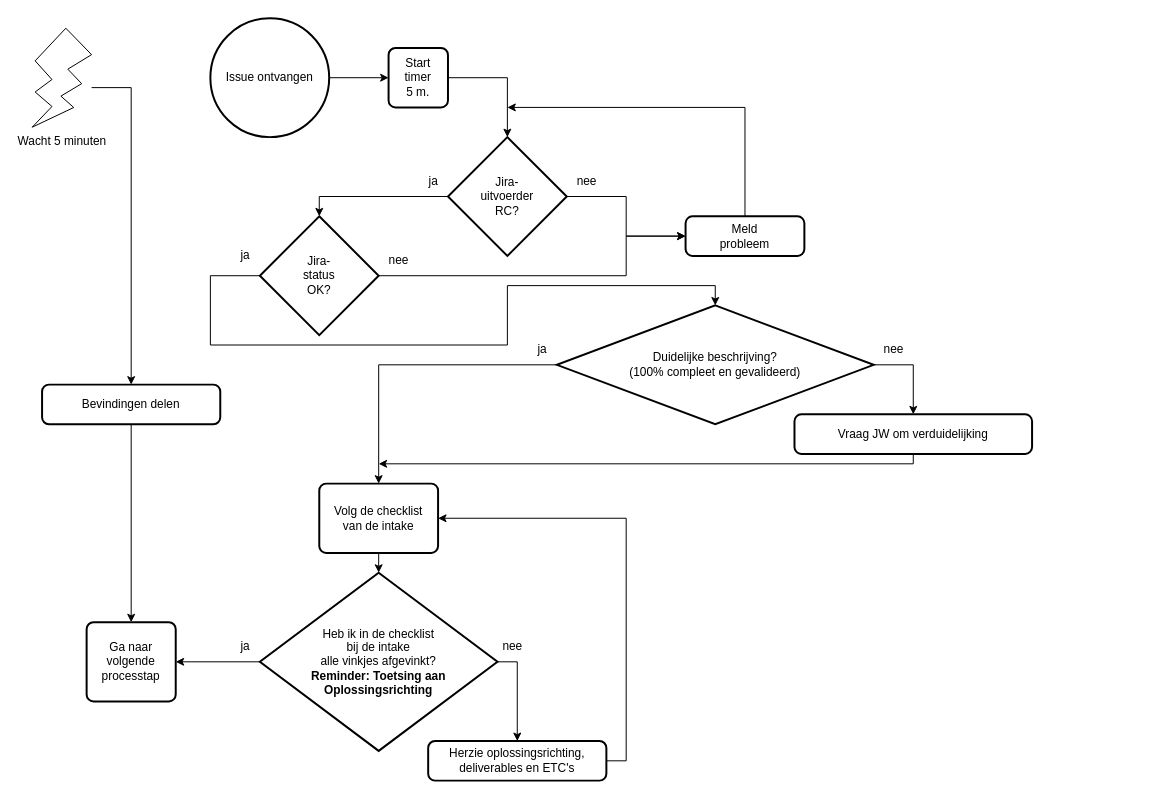
Zaibatsu89/IssueTracker keeps this draw.io diagram as 1 Issue Tracker intake.drawio. Above is the earlier version. Source tidied: cells renumbered, new cells numbered last; positions are measured from the earlier drawing's top-left corner, leaving out a move shared by most shapes. Both pictures are drawn from the tidied source at 99%, with x=0, y=0 at pixel (32, 18).
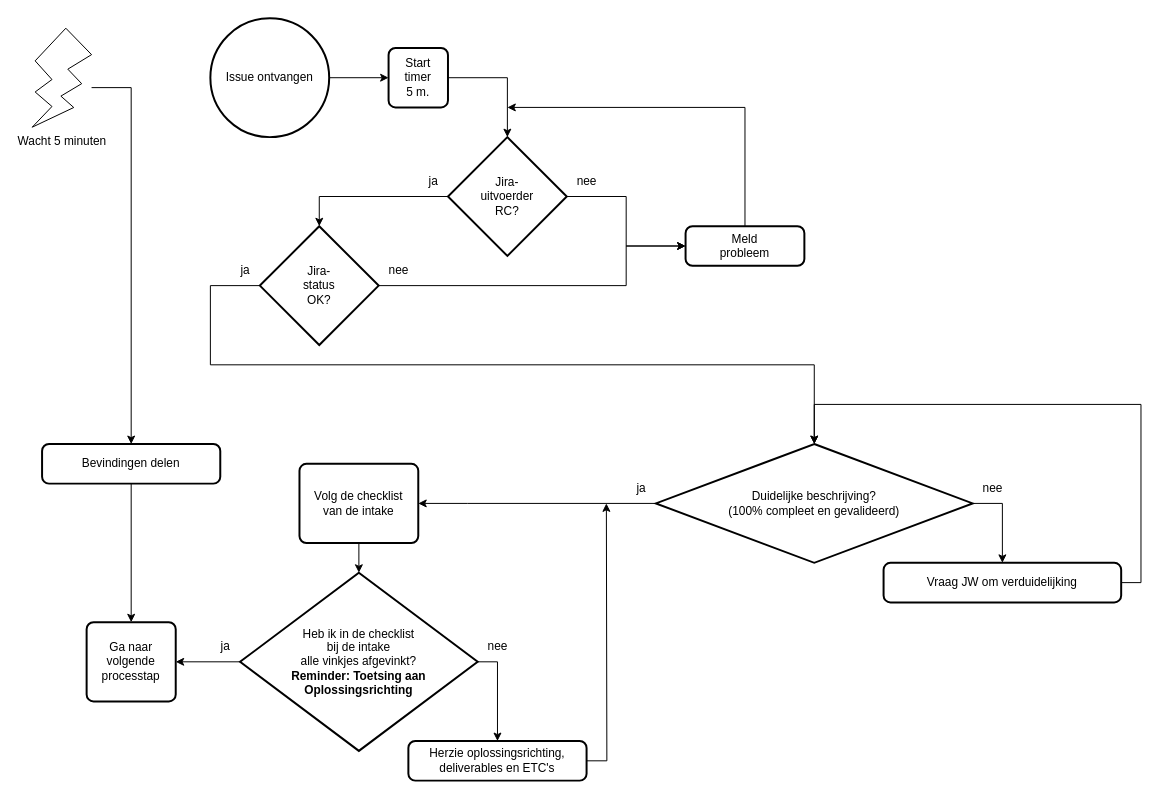
The same page after the edit.

Commit message:
Vervang "Volg de checklist van de intake" na "Vraag JW om verduidelijking" door "Duidelijke beschrijving?" in intake flowchart

Unchanged cells that the change refers to:
```xml
<mxCell id="35" value="Jira-&lt;br&gt;uitvoerder&lt;br&gt;RC?" style="strokeWidth=2;html=1;shape=mxgraph.flowchart.decision;whiteSpace=wrap;" parent="1" vertex="1">
  <mxGeometry x="420" y="120" width="120" height="120" as="geometry" />
</mxCell>
```

Change to the diagram source:
```diff
@@
-    <mxCell id="5" style="edgeStyle=orthogonalEdgeStyle;rounded=0;jettySize=auto;html=1;exitX=0;exitY=0.5;exitDx=0;exitDy=0;exitPerimeter=0;entryX=0.5;entryY=0;entryDx=0;entryDy=0;" parent="1" edge="1" source="6" target="13">
-      <mxGeometry relative="1" as="geometry" />
+    <mxCell id="5" style="edgeStyle=orthogonalEdgeStyle;rounded=0;jettySize=auto;html=1;exitX=0;exitY=0.5;exitDx=0;exitDy=0;exitPerimeter=0;entryX=1;entryY=0.5;entryDx=0;entryDy=0;" parent="1" edge="1" source="6" target="13">
+      <mxGeometry relative="1" as="geometry">
+        <Array as="points">
+          <mxPoint x="440" y="490" />
+          <mxPoint x="440" y="490" />
+        </Array>
+      </mxGeometry>
     </mxCell>
     <mxCell id="6" value="Duidelijke beschrijving?&lt;br&gt;(100% compleet en gevalideerd)" style="strokeWidth=2;html=1;shape=mxgraph.flowchart.decision;whiteSpace=wrap;" parent="1" vertex="1">
-      <mxGeometry x="530" y="290" width="320" height="120" as="geometry" />
+      <mxGeometry x="630" y="430" width="320" height="120" as="geometry" />
     </mxCell>
-    <mxCell id="7" style="edgeStyle=orthogonalEdgeStyle;rounded=0;jettySize=auto;html=1;exitX=0.5;exitY=1;exitDx=0;exitDy=0;" parent="1" edge="1" source="8">
-      <mxGeometry relative="1" as="geometry">
-        <mxPoint x="350" y="450" as="targetPoint" />
-        <Array as="points">
-          <mxPoint x="890" y="450" />
-        </Array>
-      </mxGeometry>
-    </mxCell>
     <mxCell id="8" value="Vraag JW om verduidelijking" style="rounded=1;whiteSpace=wrap;html=1;absoluteArcSize=1;arcSize=14;strokeWidth=2;" parent="1" vertex="1">
-      <mxGeometry x="770" y="400" width="240" height="40" as="geometry" />
+      <mxGeometry x="860" y="550" width="240" height="40" as="geometry" />
     </mxCell>
     <mxCell id="9" value="nee" style="text;html=1;align=center;verticalAlign=middle;strokeColor=none;fillColor=none;" parent="1" vertex="1">
-      <mxGeometry x="850" y="320" width="40" height="30" as="geometry" />
+      <mxGeometry x="950" y="460" width="40" height="30" as="geometry" />
     </mxCell>
     <mxCell id="10" value="ja" style="text;html=1;align=center;verticalAlign=middle;strokeColor=none;fillColor=none;" parent="1" vertex="1">
-      <mxGeometry x="500" y="320" width="30" height="30" as="geometry" />
+      <mxGeometry x="600" y="460" width="30" height="30" as="geometry" />
     </mxCell>
     <mxCell id="11" value="Bevindingen delen" style="rounded=1;whiteSpace=wrap;html=1;absoluteArcSize=1;arcSize=14;strokeWidth=2;" parent="1" vertex="1">
-      <mxGeometry x="10" y="370" width="180" height="40" as="geometry" />
+      <mxGeometry x="10" y="430" width="180" height="40" as="geometry" />
     </mxCell>
@@
     <mxCell id="13" value="Volg de checklist&lt;br&gt;van de intake" style="rounded=1;whiteSpace=wrap;html=1;absoluteArcSize=1;arcSize=14;strokeWidth=2;" parent="1" vertex="1">
-      <mxGeometry x="290" y="470" width="120" height="70" as="geometry" />
+      <mxGeometry x="270" y="450" width="120" height="80" as="geometry" />
     </mxCell>
@@
     <mxCell id="19" value="Heb ik in de checklist&lt;br&gt;bij de intake&lt;br&gt;alle vinkjes afgevinkt?&lt;br&gt;&lt;b&gt;Reminder: Toetsing aan Oplossingsrichting&lt;/b&gt;" style="strokeWidth=2;html=1;shape=mxgraph.flowchart.decision;whiteSpace=wrap;" parent="1" vertex="1">
-      <mxGeometry x="230" y="560" width="240" height="180" as="geometry" />
+      <mxGeometry x="210" y="560" width="240" height="180" as="geometry" />
     </mxCell>
@@
     <mxCell id="21" value="ja" style="text;html=1;align=center;verticalAlign=middle;strokeColor=none;fillColor=none;" parent="1" vertex="1">
-      <mxGeometry x="200" y="620" width="30" height="30" as="geometry" />
+      <mxGeometry x="180" y="620" width="30" height="30" as="geometry" />
     </mxCell>
-    <mxCell id="22" style="edgeStyle=orthogonalEdgeStyle;rounded=0;jettySize=auto;html=1;exitX=1;exitY=0.5;exitDx=0;exitDy=0;entryX=1;entryY=0.5;entryDx=0;entryDy=0;" parent="1" edge="1" source="23" target="13">
-      <mxGeometry relative="1" as="geometry" />
+    <mxCell id="22" style="edgeStyle=orthogonalEdgeStyle;rounded=0;jettySize=auto;html=1;exitX=1;exitY=0.5;exitDx=0;exitDy=0;" parent="1" edge="1" source="23">
+      <mxGeometry relative="1" as="geometry">
+        <mxPoint x="580" y="490" as="targetPoint" />
+      </mxGeometry>
     </mxCell>
     <mxCell id="23" value="Herzie oplossingsrichting,&lt;br&gt;deliverables en ETC's" style="rounded=1;whiteSpace=wrap;html=1;absoluteArcSize=1;arcSize=14;strokeWidth=2;" parent="1" vertex="1">
-      <mxGeometry x="400" y="730" width="180" height="40" as="geometry" />
+      <mxGeometry x="380" y="730" width="180" height="40" as="geometry" />
     </mxCell>
     <mxCell id="24" value="nee" style="text;html=1;align=center;verticalAlign=middle;strokeColor=none;fillColor=none;" parent="1" vertex="1">
-      <mxGeometry x="465" y="620" width="40" height="30" as="geometry" />
+      <mxGeometry x="450" y="620" width="40" height="30" as="geometry" />
     </mxCell>
     <mxCell id="25" style="edgeStyle=orthogonalEdgeStyle;rounded=0;jettySize=auto;html=1;exitX=1;exitY=0.5;exitDx=0;exitDy=0;exitPerimeter=0;entryX=0;entryY=0.5;entryDx=0;entryDy=0;" parent="1" edge="1" source="26" target="28">
       <mxGeometry relative="1" as="geometry">
         <Array as="points">
-          <mxPoint x="600" y="260" />
-          <mxPoint x="600" y="220" />
+          <mxPoint x="600" y="270" />
+          <mxPoint x="600" y="230" />
         </Array>
       </mxGeometry>
     </mxCell>
     <mxCell id="26" value="Jira-&lt;br&gt;status&lt;br&gt;OK?" style="strokeWidth=2;html=1;shape=mxgraph.flowchart.decision;whiteSpace=wrap;" parent="1" vertex="1">
-      <mxGeometry x="230" y="200" width="120" height="120" as="geometry" />
+      <mxGeometry x="230" y="210" width="120" height="120" as="geometry" />
     </mxCell>
@@
     <mxCell id="28" value="Meld&lt;br&gt;probleem" style="rounded=1;whiteSpace=wrap;html=1;absoluteArcSize=1;arcSize=14;strokeWidth=2;" parent="1" vertex="1">
-      <mxGeometry x="660" y="200" width="120" height="40" as="geometry" />
+      <mxGeometry x="660" y="210" width="120" height="40" as="geometry" />
     </mxCell>
     <mxCell id="29" value="nee" style="text;html=1;align=center;verticalAlign=middle;strokeColor=none;fillColor=none;" parent="1" vertex="1">
-      <mxGeometry x="350" y="230" width="40" height="30" as="geometry" />
+      <mxGeometry x="350" y="240" width="40" height="30" as="geometry" />
     </mxCell>
     <mxCell id="30" style="edgeStyle=orthogonalEdgeStyle;rounded=0;jettySize=auto;html=1;exitX=0;exitY=0.5;exitDx=0;exitDy=0;exitPerimeter=0;entryX=0.5;entryY=0;entryDx=0;entryDy=0;entryPerimeter=0;" parent="1" edge="1" source="26" target="6">
       <mxGeometry relative="1" as="geometry">
         <Array as="points">
-          <mxPoint x="180" y="260" />
-          <mxPoint x="180" y="330" />
-          <mxPoint x="480" y="330" />
-          <mxPoint x="480" y="270" />
-          <mxPoint x="690" y="270" />
+          <mxPoint x="180" y="270" />
+          <mxPoint x="180" y="350" />
+          <mxPoint x="790" y="350" />
         </Array>
       </mxGeometry>
     </mxCell>
     <mxCell id="31" value="ja" style="text;html=1;align=center;verticalAlign=middle;strokeColor=none;fillColor=none;" parent="1" vertex="1">
-      <mxGeometry x="200" y="225" width="30" height="30" as="geometry" />
+      <mxGeometry x="200" y="240" width="30" height="30" as="geometry" />
     </mxCell>
@@
     <mxCell id="34" style="edgeStyle=orthogonalEdgeStyle;rounded=0;jettySize=auto;html=1;exitX=1;exitY=0.5;exitDx=0;exitDy=0;exitPerimeter=0;entryX=0;entryY=0.5;entryDx=0;entryDy=0;" parent="1" edge="1" source="35" target="28">
       <mxGeometry relative="1" as="geometry">
         <Array as="points">
           <mxPoint x="600" y="180" />
-          <mxPoint x="600" y="220" />
+          <mxPoint x="600" y="230" />
         </Array>
       </mxGeometry>
     </mxCell>
@@
+    <mxCell id="40" style="edgeStyle=orthogonalEdgeStyle;rounded=0;jettySize=auto;html=1;exitX=1;exitY=0.5;exitDx=0;exitDy=0;entryX=0.5;entryY=0;entryDx=0;entryDy=0;entryPerimeter=0;" parent="1" edge="1" source="8" target="6">
+      <mxGeometry relative="1" as="geometry">
+        <Array as="points">
+          <mxPoint x="1120" y="570" />
+          <mxPoint x="1120" y="390" />
+          <mxPoint x="790" y="390" />
+        </Array>
+      </mxGeometry>
+    </mxCell>
```
